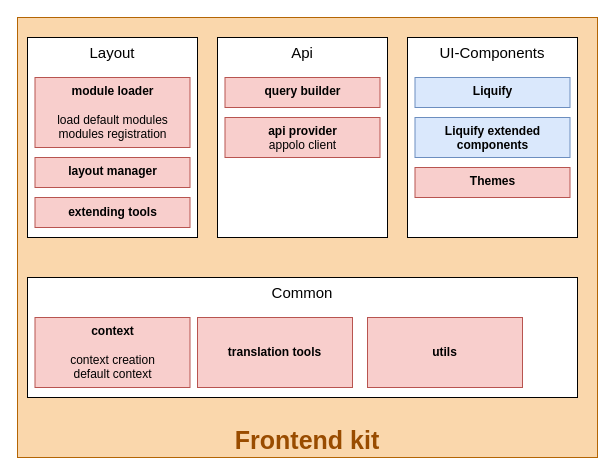
This is page "Page-2" (2 of 2) of Untitled Diagram.drawio from haithemT/diagrams, a draw.io file, before an edit. Source tidied: cells renumbered, new cells numbered last; positions are measured from the earlier drawing's top-left corner, leaving out a move shared by most shapes. Both pictures are drawn from the tidied source at 100%, with x=0, y=0 at pixel (17, 17).
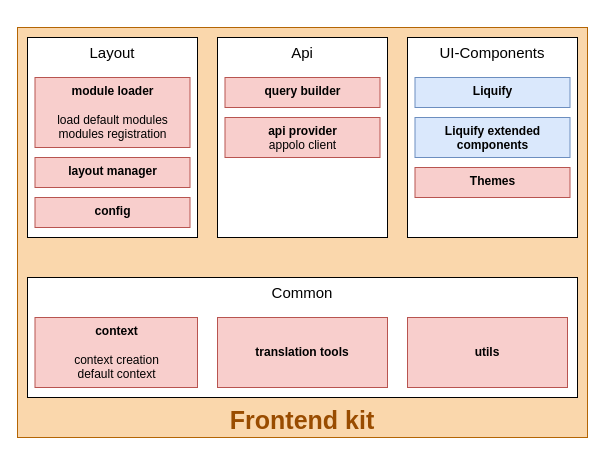
After the change.

What changed in the source:
```diff
@@
 <mxGraphModel>
   <root>
     <mxCell id="0" />
     <mxCell id="1" parent="0" />
     <mxCell id="2" value="&lt;font style=&quot;font-size: 25px&quot;&gt;&lt;b&gt;Frontend kit&lt;/b&gt;&lt;/font&gt;" style="rounded=0;whiteSpace=wrap;html=1;fontSize=17;align=center;fillColor=#fad7ac;strokeColor=#b46504;verticalAlign=bottom;fontColor=#994C00;" parent="1" vertex="1">
-      <mxGeometry width="580" height="440" as="geometry" />
+      <mxGeometry y="10" width="570" height="410" as="geometry" />
     </mxCell>
     <mxCell id="3" value="&lt;font color=&quot;#000000&quot;&gt;Common&lt;/font&gt;" style="rounded=0;whiteSpace=wrap;html=1;fontSize=15;fontColor=#FF0000;verticalAlign=top;" parent="1" vertex="1">
       <mxGeometry x="10" y="260" width="550" height="120" as="geometry" />
     </mxCell>
     <mxCell id="4" value="&lt;font color=&quot;#000000&quot;&gt;Layout&lt;/font&gt;" style="rounded=0;whiteSpace=wrap;html=1;fontSize=15;fontColor=#FF0000;verticalAlign=top;" parent="1" vertex="1">
       <mxGeometry x="10" y="20" width="170" height="200" as="geometry" />
     </mxCell>
     <mxCell id="5" value="&lt;b&gt;layout manager&lt;/b&gt;" style="rounded=0;whiteSpace=wrap;html=1;fontSize=12;align=center;fillColor=#f8cecc;strokeColor=#b85450;verticalAlign=top;" parent="1" vertex="1">
       <mxGeometry x="17.5" y="140" width="155" height="30" as="geometry" />
     </mxCell>
     <mxCell id="6" value="&lt;div style=&quot;&quot;&gt;&lt;b&gt;module loader&lt;/b&gt;&lt;/div&gt;&lt;div style=&quot;&quot;&gt;&lt;b&gt;&lt;br&gt;&lt;/b&gt;&lt;/div&gt;&lt;span&gt;&lt;div&gt;&lt;span&gt;load default modules&lt;/span&gt;&lt;/div&gt;&lt;/span&gt;&lt;span&gt;&lt;div&gt;&lt;span&gt;modules registration&lt;/span&gt;&lt;/div&gt;&lt;/span&gt;" style="rounded=0;whiteSpace=wrap;html=1;fontSize=12;align=center;fillColor=#f8cecc;strokeColor=#b85450;verticalAlign=top;" parent="1" vertex="1">
       <mxGeometry x="17.5" y="60" width="155" height="70" as="geometry" />
     </mxCell>
-    <mxCell id="7" value="extending tools" style="rounded=0;whiteSpace=wrap;html=1;fontSize=12;align=center;fillColor=#f8cecc;strokeColor=#b85450;fontStyle=1;" parent="1" vertex="1">
-      <mxGeometry x="17.5" y="180" width="155" height="30" as="geometry" />
-    </mxCell>
     <mxCell id="8" value="&lt;font color=&quot;#000000&quot;&gt;Api&lt;/font&gt;" style="rounded=0;whiteSpace=wrap;html=1;fontSize=15;fontColor=#FF0000;verticalAlign=top;" parent="1" vertex="1">
       <mxGeometry x="200" y="20" width="170" height="200" as="geometry" />
     </mxCell>
     <mxCell id="9" value="context&lt;br&gt;&lt;br&gt;&lt;span style=&quot;font-weight: normal&quot;&gt;context creation&lt;br&gt;default context&lt;/span&gt;" style="rounded=0;whiteSpace=wrap;html=1;fontSize=12;align=center;fillColor=#f8cecc;strokeColor=#b85450;fontStyle=1;verticalAlign=top;" parent="1" vertex="1">
-      <mxGeometry x="17.5" y="300" width="155" height="70" as="geometry" />
+      <mxGeometry x="17.5" y="300" width="162.5" height="70" as="geometry" />
     </mxCell>
     <mxCell id="10" value="translation tools" style="rounded=0;whiteSpace=wrap;html=1;fontSize=12;align=center;fillColor=#f8cecc;strokeColor=#b85450;fontStyle=1;" parent="1" vertex="1">
-      <mxGeometry x="180" y="300" width="155" height="70" as="geometry" />
+      <mxGeometry x="200" y="300" width="170" height="70" as="geometry" />
     </mxCell>
     <mxCell id="11" value="&lt;div&gt;&lt;b&gt;query builder&lt;br&gt;&lt;br&gt;&lt;/b&gt;&lt;/div&gt;&lt;span&gt;&lt;br&gt;&lt;/span&gt;" style="rounded=0;whiteSpace=wrap;html=1;fontSize=12;align=center;fillColor=#f8cecc;strokeColor=#b85450;verticalAlign=top;" parent="1" vertex="1">
       <mxGeometry x="207.5" y="60" width="155" height="30" as="geometry" />
     </mxCell>
     <mxCell id="12" value="&lt;div&gt;&lt;b&gt;api provider&lt;/b&gt;&lt;br&gt;appolo client&lt;/div&gt;&lt;span&gt;&lt;br&gt;&lt;/span&gt;" style="rounded=0;whiteSpace=wrap;html=1;fontSize=12;align=center;fillColor=#f8cecc;strokeColor=#b85450;verticalAlign=top;" parent="1" vertex="1">
       <mxGeometry x="207.5" y="100" width="155" height="40" as="geometry" />
     </mxCell>
     <mxCell id="13" value="&lt;font color=&quot;#000000&quot;&gt;UI-Components&lt;/font&gt;" style="rounded=0;whiteSpace=wrap;html=1;fontSize=15;fontColor=#FF0000;verticalAlign=top;" parent="1" vertex="1">
       <mxGeometry x="390" y="20" width="170" height="200" as="geometry" />
     </mxCell>
     <mxCell id="14" value="&lt;div&gt;&lt;/div&gt;&lt;span&gt;&lt;b&gt;Themes&lt;/b&gt;&lt;br&gt;&lt;/span&gt;" style="rounded=0;whiteSpace=wrap;html=1;fontSize=12;align=center;fillColor=#f8cecc;strokeColor=#b85450;verticalAlign=top;" parent="1" vertex="1">
       <mxGeometry x="397.5" y="150" width="155" height="30" as="geometry" />
     </mxCell>
     <mxCell id="15" value="&lt;div&gt;&lt;/div&gt;&lt;span&gt;&lt;b&gt;Liquify&lt;/b&gt;&lt;br&gt;&lt;/span&gt;" style="rounded=0;whiteSpace=wrap;html=1;fontSize=12;align=center;fillColor=#dae8fc;strokeColor=#6c8ebf;verticalAlign=top;" parent="1" vertex="1">
       <mxGeometry x="397.5" y="60" width="155" height="30" as="geometry" />
     </mxCell>
     <mxCell id="16" value="&lt;div&gt;&lt;/div&gt;&lt;span&gt;&lt;b&gt;Liquify extended components&lt;/b&gt;&lt;br&gt;&lt;/span&gt;" style="rounded=0;whiteSpace=wrap;html=1;fontSize=12;align=center;fillColor=#dae8fc;strokeColor=#6c8ebf;verticalAlign=top;" parent="1" vertex="1">
       <mxGeometry x="397.5" y="100" width="155" height="40" as="geometry" />
     </mxCell>
     <mxCell id="17" value="utils" style="rounded=0;whiteSpace=wrap;html=1;fontSize=12;align=center;fillColor=#f8cecc;strokeColor=#b85450;fontStyle=1;" parent="1" vertex="1">
-      <mxGeometry x="350" y="300" width="155" height="70" as="geometry" />
+      <mxGeometry x="390" y="300" width="160" height="70" as="geometry" />
     </mxCell>
+    <mxCell id="18" value="&lt;b&gt;config&lt;/b&gt;" style="rounded=0;whiteSpace=wrap;html=1;fontSize=12;align=center;fillColor=#f8cecc;strokeColor=#b85450;verticalAlign=top;" parent="1" vertex="1">
+      <mxGeometry x="17.5" y="180" width="155" height="30" as="geometry" />
+    </mxCell>
   </root>
 </mxGraphModel>
```
